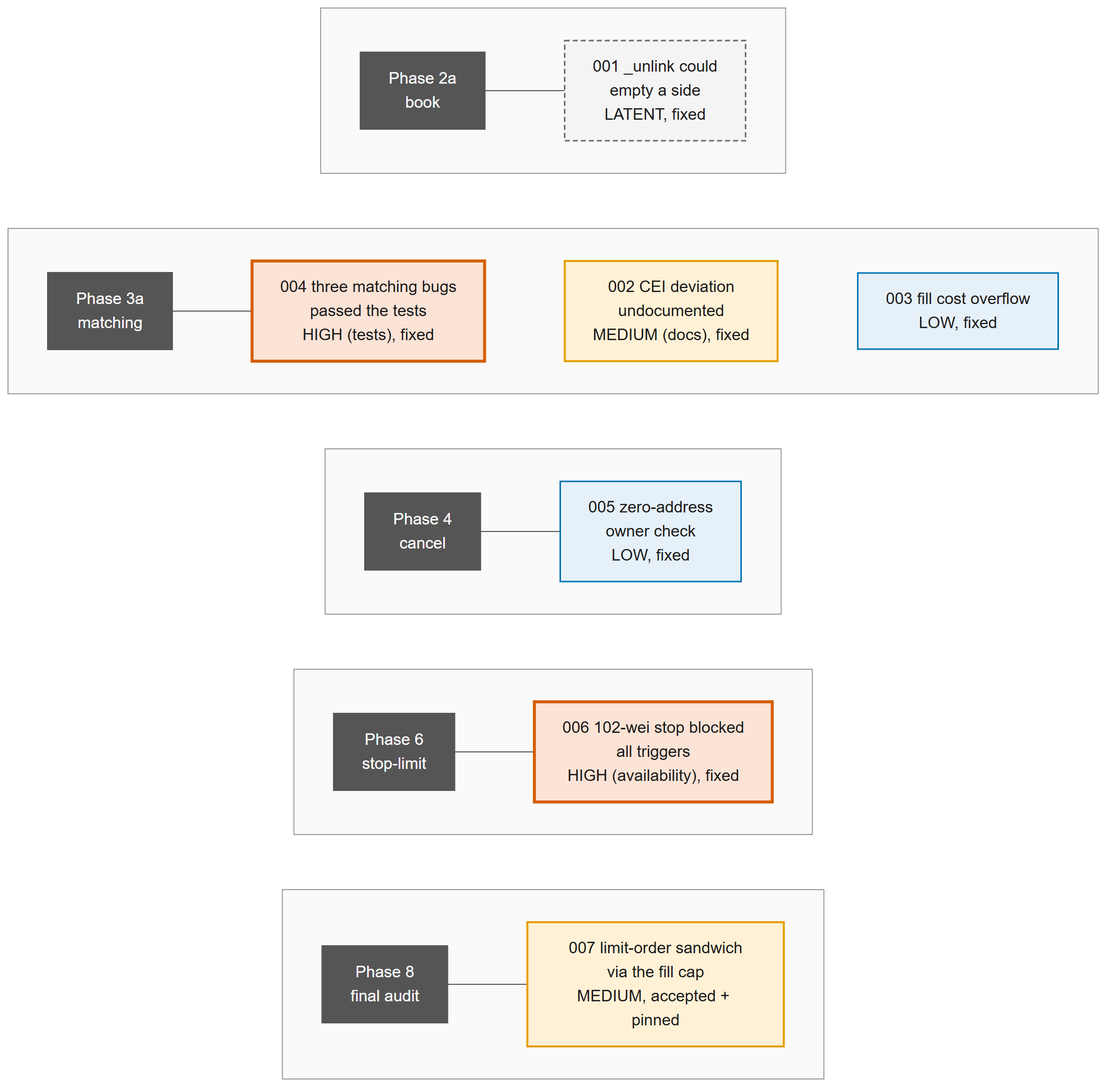
Above: docs/report/diagrams/09-issues-by-phase.png in Nitecry7/SC4053-BlockChain-Project (Mermaid), before the change. Its source is kept beside it as docs/report/diagrams/09-issues-by-phase.mmd.
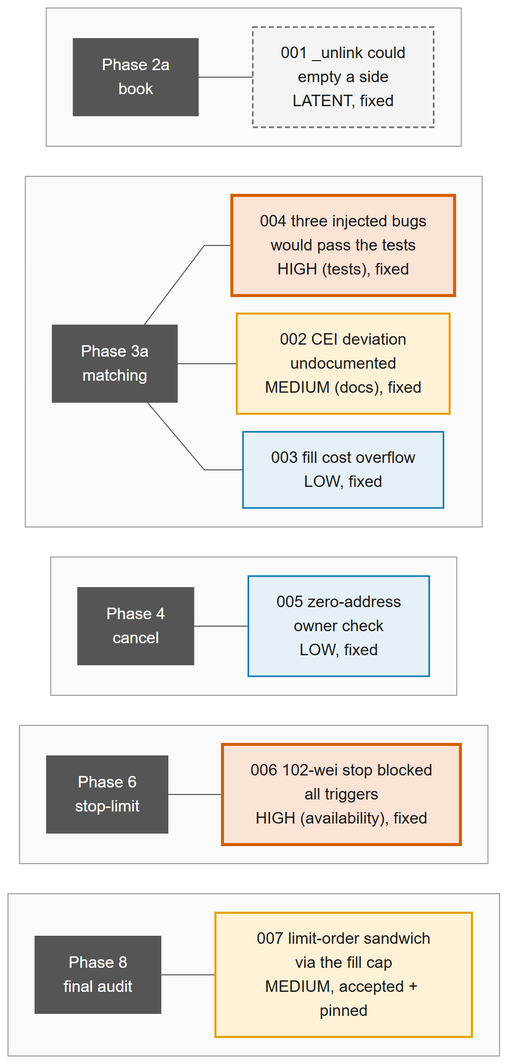
Above is the later version.

The edit, as a diff of the source:
```diff
@@ -1,3 +1,9 @@
+---
+config:
+  flowchart:
+    rankSpacing: 30
+    nodeSpacing: 18
+---
 flowchart TB
   classDef phase fill:#555555,stroke:#555555,color:#FFFFFF,stroke-width:2px
   classDef high fill:#FBE3D6,stroke:#D55E00,stroke-width:3px,color:#1A1A1A
@@ -11,9 +17,10 @@
   end
   subgraph R2[" "]
     direction LR
-    P3a["Phase 3a<br/>matching"]:::phase --- I4["004 three matching bugs<br/>passed the tests<br/>HIGH (tests), fixed"]:::high
-    I4 ~~~ I2["002 CEI deviation<br/>undocumented<br/>MEDIUM (docs), fixed"]:::medium
-    I2 ~~~ I3["003 fill cost overflow<br/>LOW, fixed"]:::low
+    P3a["Phase 3a<br/>matching"]:::phase
+    P3a --- I4["004 three injected bugs<br/>would pass the tests<br/>HIGH (tests), fixed"]:::high
+    P3a --- I2["002 CEI deviation<br/>undocumented<br/>MEDIUM (docs), fixed"]:::medium
+    P3a --- I3["003 fill cost overflow<br/>LOW, fixed"]:::low
   end
   subgraph R3[" "]
     direction LR
```
